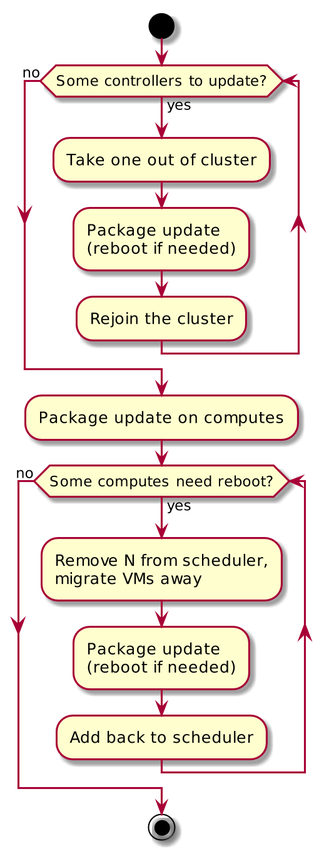
jistr/devconf16-updating-live-openstack keeps this PlantUML diagram as diagrams/minor-update-flow.png. Above is the earlier version. The source it was exported from:
```plantuml
@startuml
skinparamlocked dpi 200

start

while (Some controllers to update?) is (yes)

    :Take one out of cluster;

    :Package update\n(reboot if needed);

    :Rejoin the cluster;

endwhile (no)

:Package update on computes;

while (Some computes need reboot?) is (yes)

    :Remove N from scheduler,\nmigrate VMs away;

    :Package update\n(reboot if needed);

    :Add back to scheduler;

endwhile (no)

stop

@enduml
```
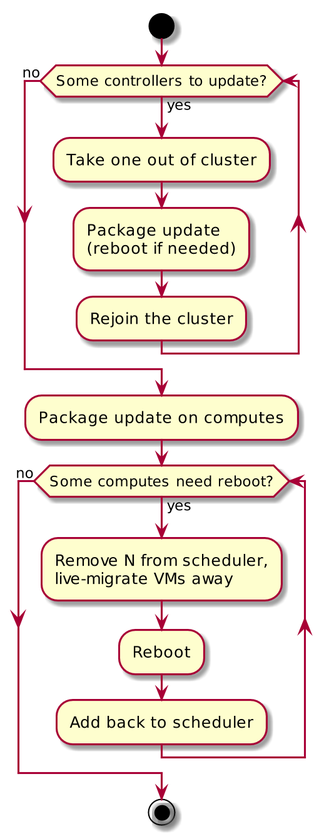
After the change.

Diff of the diagram source:
```diff
@@ -17,9 +17,9 @@
 
 while (Some computes need reboot?) is (yes)
 
-    :Remove N from scheduler,\nmigrate VMs away;
+    :Remove N from scheduler,\nlive-migrate VMs away;
 
-    :Package update\n(reboot if needed);
+    :Reboot;
 
     :Add back to scheduler;
 
```
